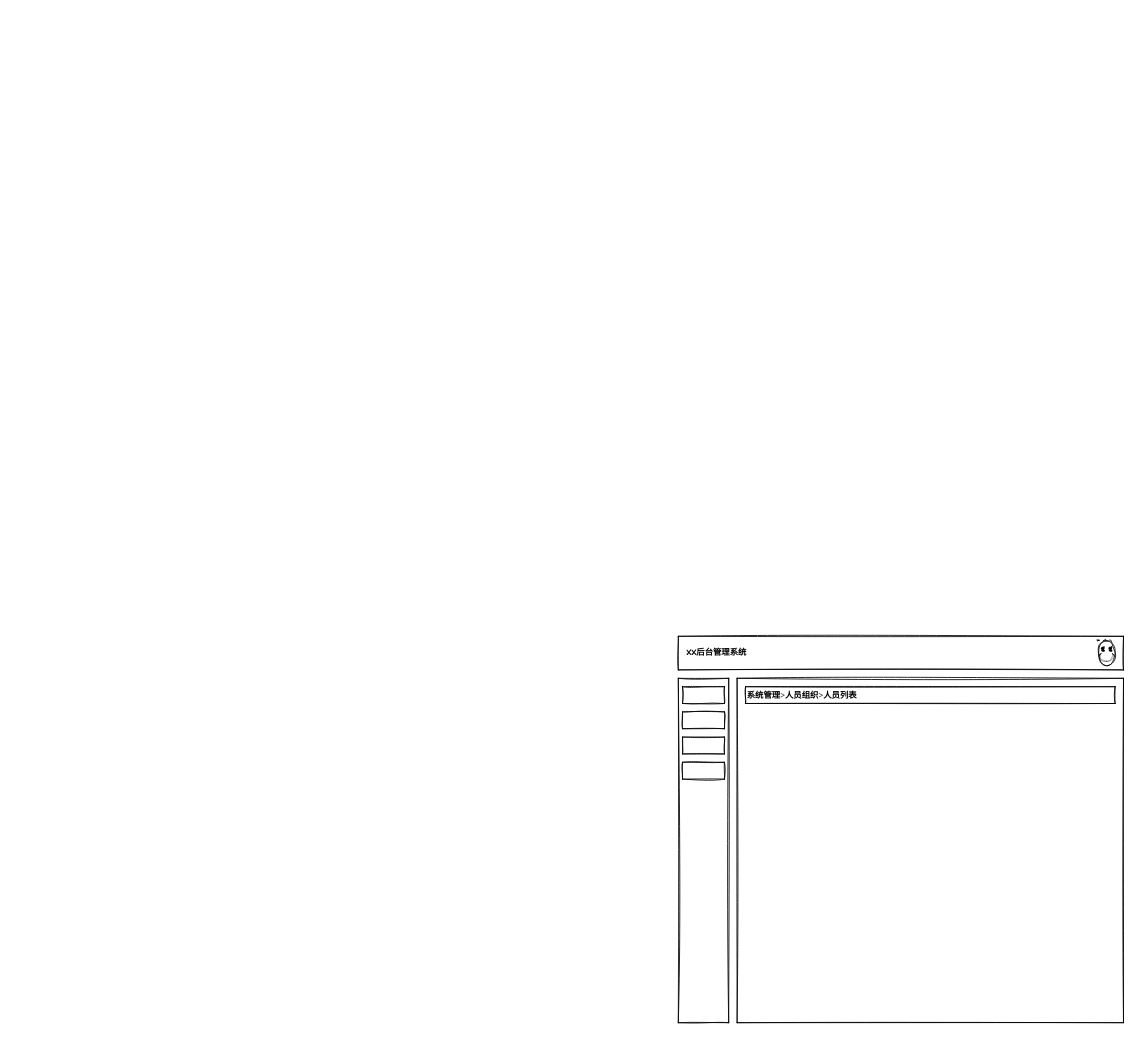
XinBaoCode/digram keeps this draw.io diagram as Untitled Diagram.drawio. Above is the earlier version. Source tidied: cells renumbered, new cells numbered last; positions are measured from the earlier drawing's top-left corner, leaving out a move shared by most shapes. Both pictures are drawn from the tidied source at 84%, with x=0, y=0 at pixel (678, 636). Pictures stored in the file or linked from it are replaced by grey dashed boxes.
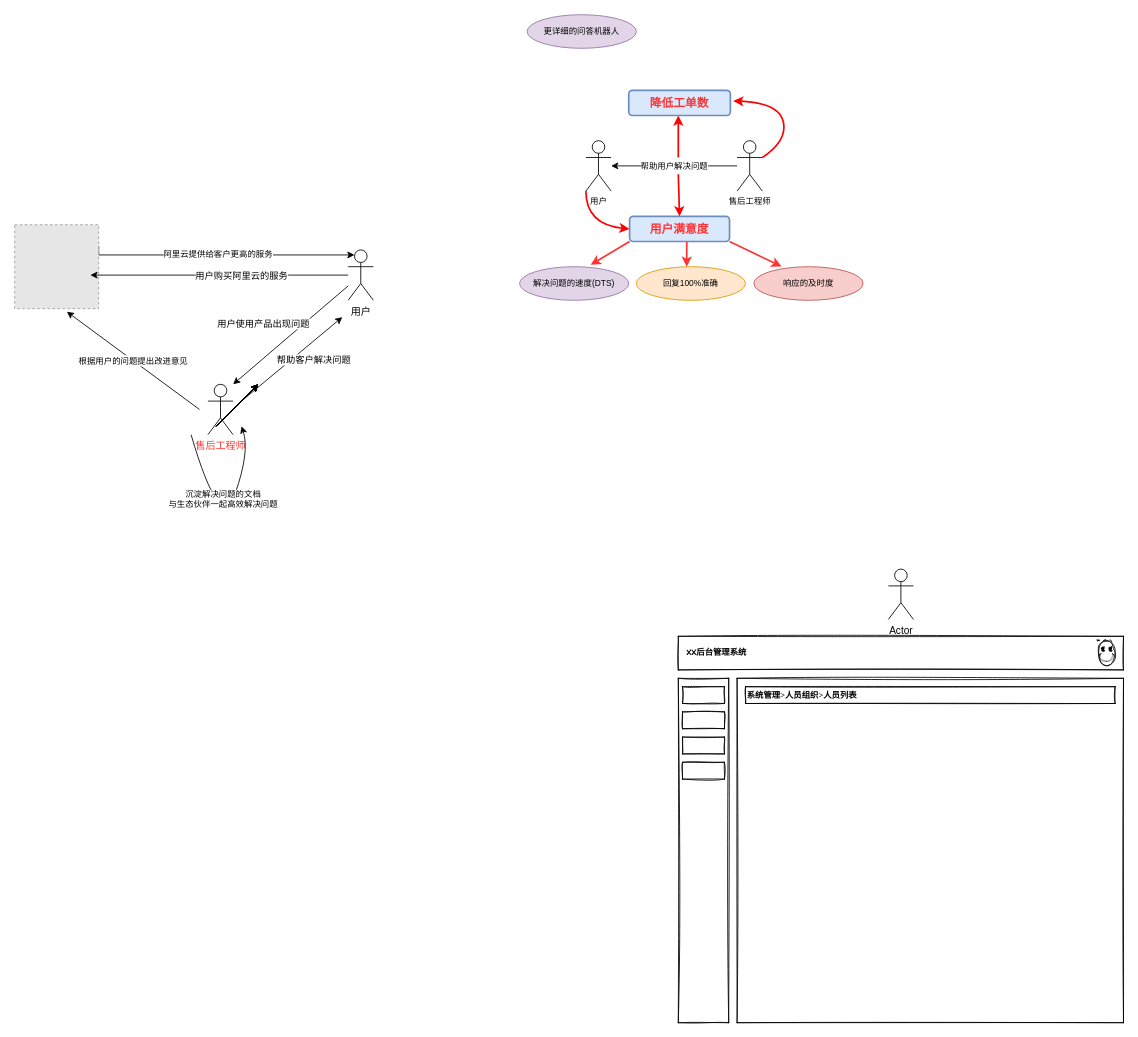
After the change.

The edit, as a diff of the source:
```diff
@@
+    <mxCell id="11" value="Actor" style="shape=umlActor;verticalLabelPosition=bottom;verticalAlign=top;html=1;" parent="1" vertex="1">
+      <mxGeometry x="250" y="-80" width="30" height="60" as="geometry" />
+    </mxCell>
+    <mxCell id="12" value="用户" style="shape=umlActor;verticalLabelPosition=bottom;verticalAlign=top;html=1;outlineConnect=0;" parent="1" vertex="1">
+      <mxGeometry x="-393" y="-460" width="30" height="60" as="geometry" />
+    </mxCell>
+    <mxCell id="13" style="edgeStyle=orthogonalEdgeStyle;rounded=0;jettySize=auto;html=1;exitX=1;exitY=0.25;exitDx=0;exitDy=0;entryX=0.25;entryY=0.1;entryDx=0;entryDy=0;entryPerimeter=0;fontSize=10;fontColor=#000000;" parent="1" edge="1" source="15" target="12">
+      <mxGeometry relative="1" as="geometry">
+        <Array as="points">
+          <mxPoint x="-690" y="-454" />
+        </Array>
+      </mxGeometry>
+    </mxCell>
+    <mxCell id="14" value="阿里云提供给客户更高的服务" style="edgeLabel;html=1;align=center;verticalAlign=middle;fontSize=10;fontColor=#000000;" parent="13" vertex="1">
+      <mxGeometry x="-0.04" y="2" relative="1" as="geometry">
+        <mxPoint x="1" as="offset" />
+      </mxGeometry>
+    </mxCell>
+    <mxCell id="15" style="fillColor=#E6E6E6;strokeColor=#999999;dashed=1;verticalLabelPosition=bottom;labelBackgroundColor=default;verticalAlign=top;" parent="1" vertex="1">
+      <mxGeometry x="-790" y="-490" width="100" height="100" as="geometry" />
+    </mxCell>
+    <mxCell id="16" value="&lt;font color=&quot;#ff3333&quot;&gt;售后工程师&lt;/font&gt;" style="shape=umlActor;verticalLabelPosition=bottom;verticalAlign=top;html=1;" parent="1" vertex="1">
+      <mxGeometry x="-560" y="-300" width="30" height="60" as="geometry" />
+    </mxCell>
+    <mxCell id="17" style="endArrow=classic;html=1;rounded=0;entryX=0.9;entryY=0.6;entryDx=0;entryDy=0;entryPerimeter=0;" parent="1" edge="1" source="12" target="15">
+      <mxGeometry relative="1" as="geometry" />
+    </mxCell>
+    <mxCell id="18" value="用户购买阿里云的服务" style="edgeLabel;html=1;align=center;verticalAlign=middle;" parent="17" vertex="1">
+      <mxGeometry x="-0.22" y="1" relative="1" as="geometry">
+        <mxPoint x="-8" y="-1" as="offset" />
+      </mxGeometry>
+    </mxCell>
+    <mxCell id="19" style="endArrow=classic;html=1;rounded=0;" parent="1" edge="1" source="12">
+      <mxGeometry relative="1" as="geometry">
+        <mxPoint x="-530" y="-300" as="targetPoint" />
+      </mxGeometry>
+    </mxCell>
+    <mxCell id="20" value="用户使用产品出现问题" style="edgeLabel;html=1;align=center;verticalAlign=middle;" parent="19" vertex="1">
+      <mxGeometry x="-0.23" y="1" relative="1" as="geometry">
+        <mxPoint x="-50" y="-1" as="offset" />
+      </mxGeometry>
+    </mxCell>
+    <mxCell id="21" style="endArrow=classic;html=1;rounded=0;" parent="1" edge="1">
+      <mxGeometry relative="1" as="geometry">
+        <mxPoint x="-520" y="-280" as="sourcePoint" />
+        <mxPoint x="-400" y="-380" as="targetPoint" />
+      </mxGeometry>
+    </mxCell>
+    <mxCell id="22" value="帮助客户解决问题" style="edgeLabel;html=1;align=center;verticalAlign=middle;" parent="21" vertex="1">
+      <mxGeometry x="0.23" y="-2" relative="1" as="geometry">
+        <mxPoint x="10" y="10" as="offset" />
+      </mxGeometry>
+    </mxCell>
+    <mxCell id="23" value="&lt;font style=&quot;font-size: 10px;&quot; color=&quot;#000000&quot;&gt;根据用户的问题提出改进意见&lt;/font&gt;" style="endArrow=classic;html=1;rounded=0;fontColor=#FF3333;entryX=0.621;entryY=1.036;entryDx=0;entryDy=0;entryPerimeter=0;" parent="1" edge="1" target="15">
+      <mxGeometry relative="1" as="geometry">
+        <mxPoint x="-570" y="-270" as="sourcePoint" />
+      </mxGeometry>
+    </mxCell>
+    <mxCell id="24" style="curved=1;endArrow=classic;html=1;rounded=0;fontSize=10;fontColor=#000000;" parent="1" edge="1">
+      <mxGeometry relative="1" as="geometry">
+        <mxPoint x="-580" y="-240" as="sourcePoint" />
+        <mxPoint x="-520" y="-250" as="targetPoint" />
+        <Array as="points">
+          <mxPoint x="-545" y="-120" />
+          <mxPoint x="-510" y="-220" />
+        </Array>
+      </mxGeometry>
+    </mxCell>
+    <mxCell id="25" value="沉淀解决问题的文档&lt;br&gt;与生态伙伴一起高效解决问题" style="edgeLabel;html=1;align=center;verticalAlign=middle;fontSize=10;fontColor=#000000;" parent="24" vertex="1">
+      <mxGeometry x="-0.42" y="4" relative="1" as="geometry">
+        <mxPoint x="12" y="5" as="offset" />
+      </mxGeometry>
+    </mxCell>
+    <mxCell id="26" style="endArrow=classic;html=1;rounded=0;fontSize=10;fontColor=#000000;" parent="1" edge="1">
+      <mxGeometry relative="1" as="geometry">
+        <mxPoint x="-550" y="-250" as="sourcePoint" />
+        <mxPoint x="-500" y="-300" as="targetPoint" />
+      </mxGeometry>
+    </mxCell>
+    <mxCell id="27" style="endArrow=classic;html=1;rounded=0;fontSize=10;fontColor=#000000;" parent="1" edge="1">
+      <mxGeometry relative="1" as="geometry">
+        <mxPoint x="-550" y="-250" as="sourcePoint" />
+        <mxPoint x="-500" y="-300" as="targetPoint" />
+      </mxGeometry>
+    </mxCell>
+    <mxCell id="28" style="endArrow=classic;html=1;rounded=0;fontSize=10;fontColor=#000000;" parent="1" edge="1">
+      <mxGeometry relative="1" as="geometry">
+        <mxPoint x="-550" y="-250" as="sourcePoint" />
+        <mxPoint x="-500" y="-300" as="targetPoint" />
+      </mxGeometry>
+    </mxCell>
+    <mxCell id="29" style="endArrow=classic;html=1;rounded=0;fontSize=10;fontColor=#000000;" parent="1" edge="1">
+      <mxGeometry relative="1" as="geometry">
+        <mxPoint x="-550" y="-250" as="sourcePoint" />
+        <mxPoint x="-500" y="-300" as="targetPoint" />
+      </mxGeometry>
+    </mxCell>
+    <mxCell id="30" style="endArrow=classic;html=1;rounded=0;fontSize=10;fontColor=#000000;" parent="1" edge="1">
+      <mxGeometry relative="1" as="geometry">
+        <mxPoint x="-550" y="-250" as="sourcePoint" />
+        <mxPoint x="-500" y="-300" as="targetPoint" />
+      </mxGeometry>
+    </mxCell>
+    <mxCell id="31" style="endArrow=classic;html=1;rounded=0;fontSize=10;fontColor=#000000;" parent="1" edge="1">
+      <mxGeometry relative="1" as="geometry">
+        <mxPoint x="-550" y="-250" as="sourcePoint" />
+        <mxPoint x="-500" y="-300" as="targetPoint" />
+      </mxGeometry>
+    </mxCell>
+    <mxCell id="32" style="endArrow=classic;html=1;rounded=0;fontSize=10;fontColor=#000000;" parent="1" edge="1">
+      <mxGeometry relative="1" as="geometry">
+        <mxPoint x="-550" y="-250" as="sourcePoint" />
+        <mxPoint x="-500" y="-300" as="targetPoint" />
+      </mxGeometry>
+    </mxCell>
+    <mxCell id="33" style="endArrow=classic;html=1;rounded=0;fontSize=10;fontColor=#000000;" parent="1" edge="1">
+      <mxGeometry relative="1" as="geometry">
+        <mxPoint x="-550" y="-250" as="sourcePoint" />
+        <mxPoint x="-500" y="-300" as="targetPoint" />
+      </mxGeometry>
+    </mxCell>
+    <mxCell id="34" value="用户" style="shape=umlActor;verticalLabelPosition=bottom;verticalAlign=top;html=1;outlineConnect=0;fontSize=10;fontColor=#000000;" parent="1" vertex="1">
+      <mxGeometry x="-110" y="-590" width="30" height="60" as="geometry" />
+    </mxCell>
+    <mxCell id="35" value="售后工程师" style="shape=umlActor;verticalLabelPosition=bottom;verticalAlign=top;html=1;outlineConnect=0;fontSize=10;fontColor=#000000;" parent="1" vertex="1">
+      <mxGeometry x="70" y="-590" width="30" height="60" as="geometry" />
+    </mxCell>
+    <mxCell id="36" value="帮助用户解决问题" style="endArrow=classic;html=1;rounded=0;fontSize=10;fontColor=#000000;" parent="1" edge="1" source="35" target="34">
+      <mxGeometry relative="1" as="geometry" />
+    </mxCell>
+    <mxCell id="37" value="&lt;font color=&quot;#ff3333&quot; style=&quot;font-size: 14px;&quot;&gt;&lt;b&gt;用户满意度&lt;/b&gt;&lt;/font&gt;" style="rounded=1;whiteSpace=wrap;html=1;fontSize=10;fillColor=#dae8fc;strokeColor=#6c8ebf;strokeWidth=2;" parent="1" vertex="1">
+      <mxGeometry x="-58" y="-500" width="119" height="30" as="geometry" />
+    </mxCell>
+    <mxCell id="38" value="解决问题的速度(DTS)" style="ellipse;whiteSpace=wrap;html=1;fontSize=10;fillColor=#e1d5e7;strokeColor=#9673a6;" parent="1" vertex="1">
+      <mxGeometry x="-189" y="-440" width="130" height="40" as="geometry" />
+    </mxCell>
+    <mxCell id="39" value="回复100%准确" style="ellipse;whiteSpace=wrap;html=1;fontSize=10;fillColor=#ffe6cc;strokeColor=#d79b00;" parent="1" vertex="1">
+      <mxGeometry x="-50" y="-440" width="130" height="40" as="geometry" />
+    </mxCell>
+    <mxCell id="40" value="响应的及时度" style="ellipse;whiteSpace=wrap;html=1;fontSize=10;fillColor=#f8cecc;strokeColor=#b85450;" parent="1" vertex="1">
+      <mxGeometry x="90" y="-440" width="130" height="40" as="geometry" />
+    </mxCell>
+    <mxCell id="41" style="endArrow=classic;html=1;rounded=0;fontSize=10;fontColor=#000000;entryX=0.5;entryY=0;entryDx=0;entryDy=0;strokeWidth=2;strokeColor=#FF0000;" parent="1" edge="1" target="37">
+      <mxGeometry relative="1" as="geometry">
+        <mxPoint y="-550" as="sourcePoint" />
+      </mxGeometry>
+    </mxCell>
+    <mxCell id="42" style="endArrow=classic;html=1;rounded=0;fontSize=10;fontColor=#000000;exitX=0;exitY=1;exitDx=0;exitDy=0;entryX=0.651;entryY=-0.055;entryDx=0;entryDy=0;entryPerimeter=0;strokeWidth=2;strokeColor=#FF3333;" parent="1" edge="1" source="37" target="38">
+      <mxGeometry relative="1" as="geometry" />
+    </mxCell>
+    <mxCell id="43" style="endArrow=classic;html=1;rounded=0;fontSize=10;fontColor=#000000;strokeWidth=2;strokeColor=#FF3333;exitX=0.572;exitY=1.01;exitDx=0;exitDy=0;exitPerimeter=0;" parent="1" edge="1" source="37">
+      <mxGeometry relative="1" as="geometry">
+        <mxPoint x="10" y="-440" as="targetPoint" />
+      </mxGeometry>
+    </mxCell>
+    <mxCell id="44" style="endArrow=classic;html=1;rounded=0;fontSize=10;fontColor=#000000;exitX=1;exitY=1;exitDx=0;exitDy=0;entryX=0.253;entryY=-0.006;entryDx=0;entryDy=0;entryPerimeter=0;strokeWidth=2;strokeColor=#FF3333;" parent="1" edge="1" source="37" target="40">
+      <mxGeometry relative="1" as="geometry" />
+    </mxCell>
+    <mxCell id="45" style="endArrow=classic;html=1;rounded=0;strokeColor=#FF0000;strokeWidth=2;fontSize=14;fontColor=#FF3333;" parent="1" edge="1">
+      <mxGeometry relative="1" as="geometry">
+        <mxPoint y="-570" as="sourcePoint" />
+        <mxPoint y="-620" as="targetPoint" />
+      </mxGeometry>
+    </mxCell>
+    <mxCell id="46" value="&lt;font color=&quot;#ff3333&quot;&gt;&lt;span style=&quot;font-size: 14px;&quot;&gt;&lt;b&gt;降低工单数&lt;/b&gt;&lt;/span&gt;&lt;/font&gt;" style="rounded=1;whiteSpace=wrap;html=1;fontSize=10;fillColor=#dae8fc;strokeColor=#6c8ebf;strokeWidth=2;" parent="1" vertex="1">
+      <mxGeometry x="-59" y="-650" width="121" height="30" as="geometry" />
+    </mxCell>
+    <mxCell id="47" style="curved=1;endArrow=classic;html=1;rounded=0;strokeColor=#FF0000;strokeWidth=2;fontSize=14;fontColor=#FF3333;exitX=0;exitY=1;exitDx=0;exitDy=0;exitPerimeter=0;entryX=0;entryY=0.5;entryDx=0;entryDy=0;" parent="1" edge="1" source="34" target="37">
+      <mxGeometry relative="1" as="geometry">
+        <Array as="points">
+          <mxPoint x="-110" y="-490" />
+        </Array>
+      </mxGeometry>
+    </mxCell>
+    <mxCell id="48" style="curved=1;endArrow=classic;html=1;rounded=0;strokeColor=#FF0000;strokeWidth=2;fontSize=14;fontColor=#FF3333;entryX=1.028;entryY=0.421;entryDx=0;entryDy=0;entryPerimeter=0;" parent="1" edge="1" source="35" target="46">
+      <mxGeometry relative="1" as="geometry">
+        <Array as="points">
+          <mxPoint x="130" y="-590" />
+          <mxPoint x="120" y="-635" />
+        </Array>
+      </mxGeometry>
+    </mxCell>
+    <mxCell id="49" value="更详细的问答机器人" style="ellipse;whiteSpace=wrap;html=1;fontSize=10;fillColor=#e1d5e7;strokeColor=#9673a6;" parent="1" vertex="1">
+      <mxGeometry x="-180" y="-740" width="130" height="40" as="geometry" />
+    </mxCell>
```
